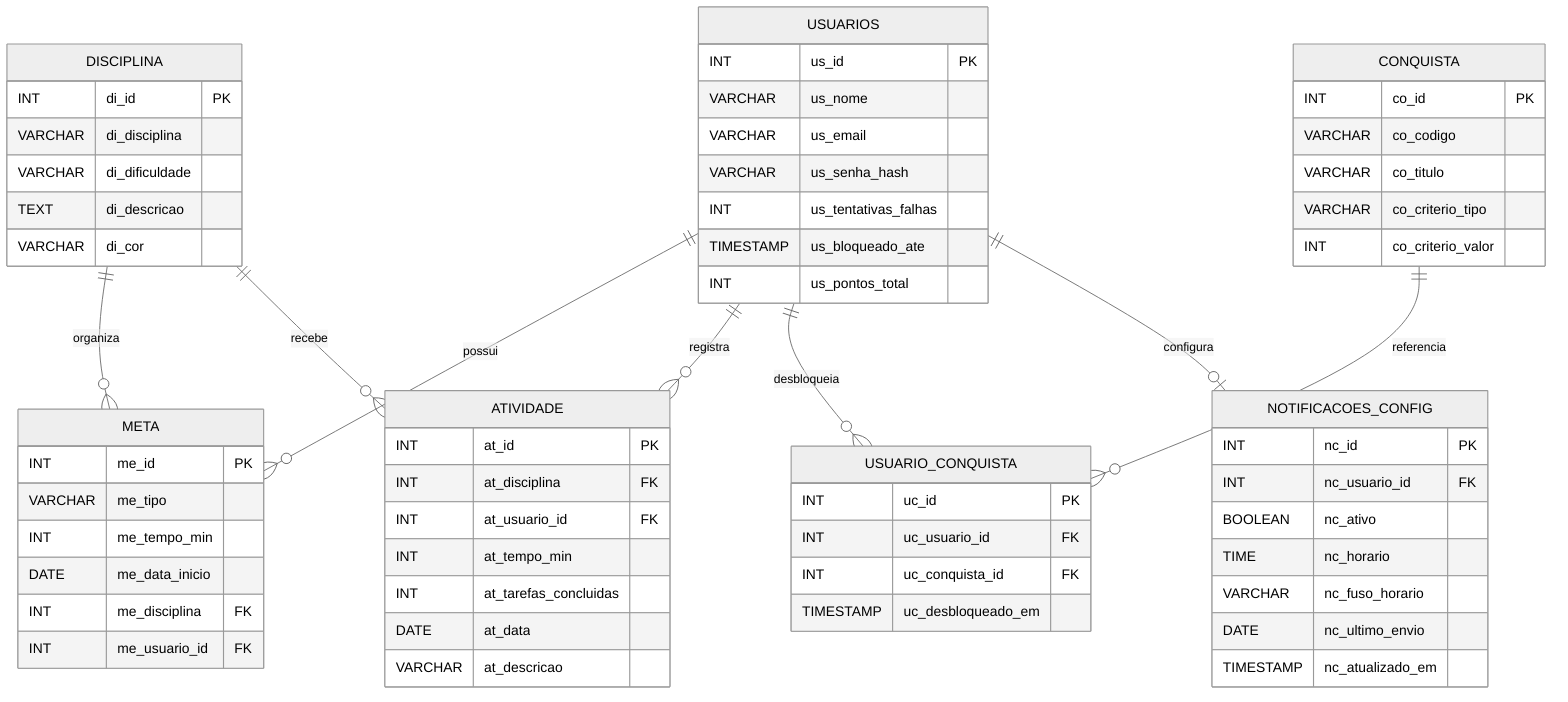
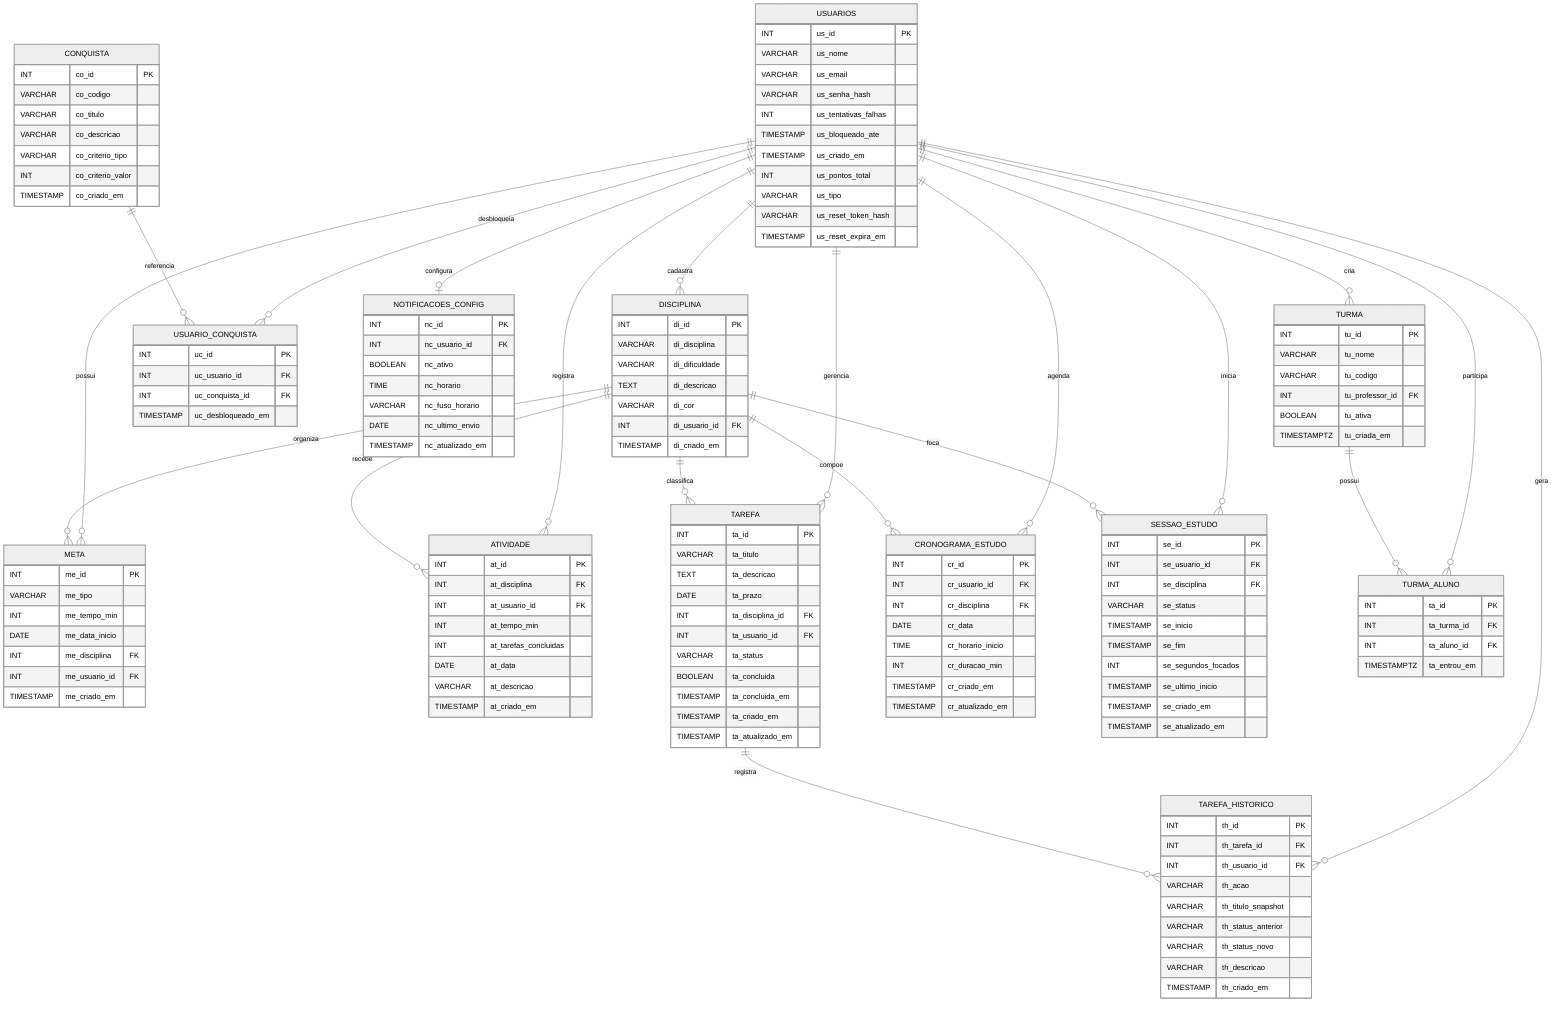
%%{init: {'theme': 'neutral'}}%%
erDiagram
    USUARIOS {
        INT us_id PK
        VARCHAR us_nome
        VARCHAR us_email
        VARCHAR us_senha_hash
        INT us_tentativas_falhas
        TIMESTAMP us_bloqueado_ate
+         TIMESTAMP us_criado_em
        INT us_pontos_total
+         VARCHAR us_tipo
+         VARCHAR us_reset_token_hash
+         TIMESTAMP us_reset_expira_em
    }

    DISCIPLINA {
        INT di_id PK
        VARCHAR di_disciplina
        VARCHAR di_dificuldade
        TEXT di_descricao
        VARCHAR di_cor
+         INT di_usuario_id FK
+         TIMESTAMP di_criado_em
    }

    META {
        INT me_id PK
        VARCHAR me_tipo
        INT me_tempo_min
        DATE me_data_inicio
        INT me_disciplina FK
        INT me_usuario_id FK
+         TIMESTAMP me_criado_em
    }

    ATIVIDADE {
        INT at_id PK
        INT at_disciplina FK
        INT at_usuario_id FK
        INT at_tempo_min
        INT at_tarefas_concluidas
        DATE at_data
        VARCHAR at_descricao
+         TIMESTAMP at_criado_em
    }

    CONQUISTA {
        INT co_id PK
        VARCHAR co_codigo
        VARCHAR co_titulo
+         VARCHAR co_descricao
        VARCHAR co_criterio_tipo
        INT co_criterio_valor
+         TIMESTAMP co_criado_em
    }

    USUARIO_CONQUISTA {
        INT uc_id PK
        INT uc_usuario_id FK
        INT uc_conquista_id FK
        TIMESTAMP uc_desbloqueado_em
    }

    NOTIFICACOES_CONFIG {
        INT nc_id PK
        INT nc_usuario_id FK
        BOOLEAN nc_ativo
        TIME nc_horario
        VARCHAR nc_fuso_horario
        DATE nc_ultimo_envio
        TIMESTAMP nc_atualizado_em
    }

+     TAREFA {
+         INT ta_id PK
+         VARCHAR ta_titulo
+         TEXT ta_descricao
+         DATE ta_prazo
+         INT ta_disciplina_id FK
+         INT ta_usuario_id FK
+         VARCHAR ta_status
+         BOOLEAN ta_concluida
+         TIMESTAMP ta_concluida_em
+         TIMESTAMP ta_criado_em
+         TIMESTAMP ta_atualizado_em
+     }
+ 
+     TAREFA_HISTORICO {
+         INT th_id PK
+         INT th_tarefa_id FK
+         INT th_usuario_id FK
+         VARCHAR th_acao
+         VARCHAR th_titulo_snapshot
+         VARCHAR th_status_anterior
+         VARCHAR th_status_novo
+         VARCHAR th_descricao
+         TIMESTAMP th_criado_em
+     }
+ 
+     CRONOGRAMA_ESTUDO {
+         INT cr_id PK
+         INT cr_usuario_id FK
+         INT cr_disciplina FK
+         DATE cr_data
+         TIME cr_horario_inicio
+         INT cr_duracao_min
+         TIMESTAMP cr_criado_em
+         TIMESTAMP cr_atualizado_em
+     }
+ 
+     SESSAO_ESTUDO {
+         INT se_id PK
+         INT se_usuario_id FK
+         INT se_disciplina FK
+         VARCHAR se_status
+         TIMESTAMP se_inicio
+         TIMESTAMP se_fim
+         INT se_segundos_focados
+         TIMESTAMP se_ultimo_inicio
+         TIMESTAMP se_criado_em
+         TIMESTAMP se_atualizado_em
+     }
+ 
+     TURMA {
+         INT tu_id PK
+         VARCHAR tu_nome
+         VARCHAR tu_codigo
+         INT tu_professor_id FK
+         BOOLEAN tu_ativa
+         TIMESTAMPTZ tu_criada_em
+     }
+ 
+     TURMA_ALUNO {
+         INT ta_id PK
+         INT ta_turma_id FK
+         INT ta_aluno_id FK
+         TIMESTAMPTZ ta_entrou_em
+     }
+ 
+     USUARIOS ||--o{ DISCIPLINA : cadastra
    USUARIOS ||--o{ META : possui
    USUARIOS ||--o{ ATIVIDADE : registra
    USUARIOS ||--o{ USUARIO_CONQUISTA : desbloqueia
    USUARIOS ||--o| NOTIFICACOES_CONFIG : configura
+     USUARIOS ||--o{ TAREFA : gerencia
+     USUARIOS ||--o{ TAREFA_HISTORICO : gera
+     USUARIOS ||--o{ CRONOGRAMA_ESTUDO : agenda
+     USUARIOS ||--o{ SESSAO_ESTUDO : inicia
+     USUARIOS ||--o{ TURMA : cria
+     USUARIOS ||--o{ TURMA_ALUNO : participa
    CONQUISTA ||--o{ USUARIO_CONQUISTA : referencia
    DISCIPLINA ||--o{ META : organiza
    DISCIPLINA ||--o{ ATIVIDADE : recebe
+     DISCIPLINA ||--o{ TAREFA : classifica
+     DISCIPLINA ||--o{ CRONOGRAMA_ESTUDO : compoe
+     DISCIPLINA ||--o{ SESSAO_ESTUDO : foca
+     TAREFA ||--o{ TAREFA_HISTORICO : registra
+     TURMA ||--o{ TURMA_ALUNO : possui
